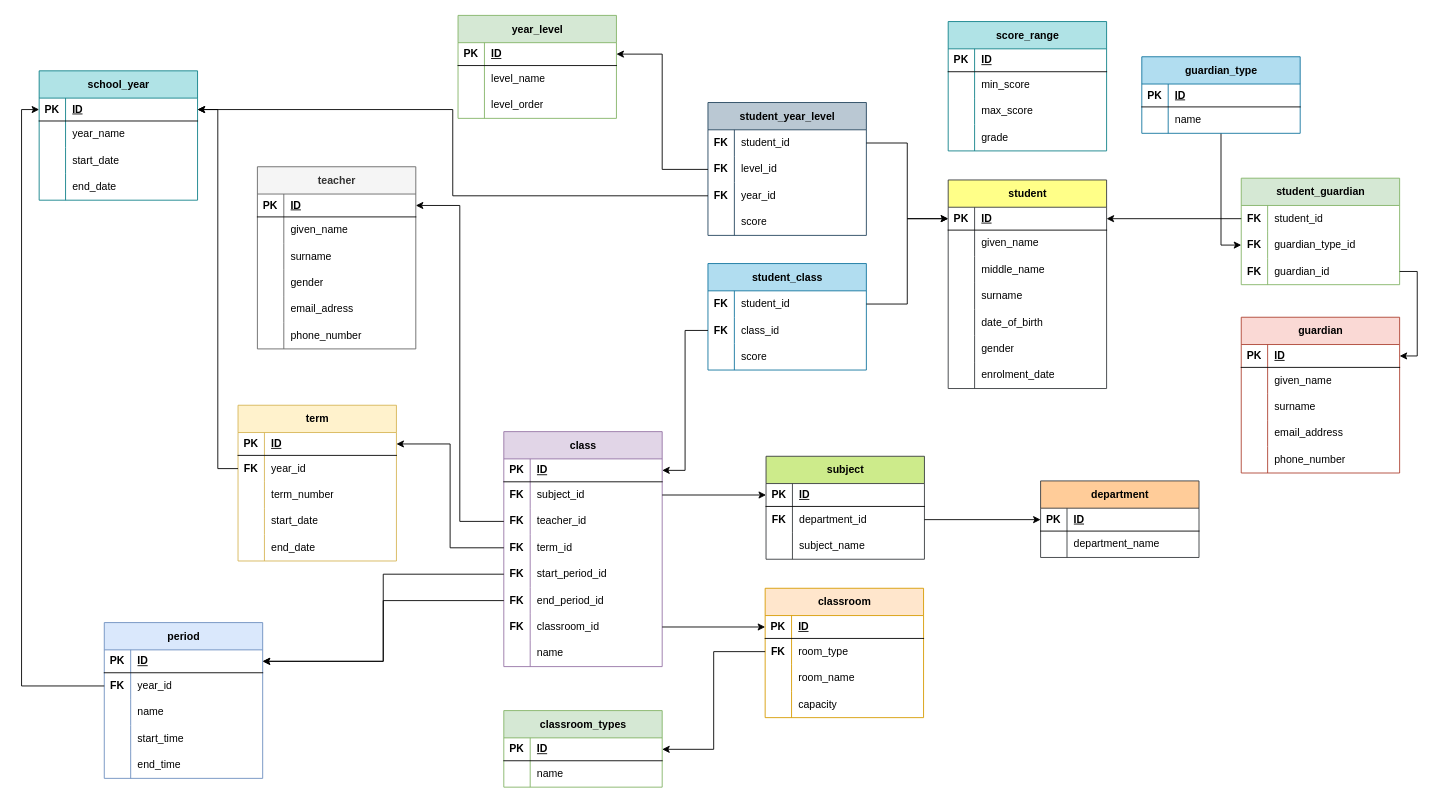
Above: page "Modelo de Dados Gestão Escolar" (3 of 4) of moz_school.drawio in ManuelCarreiras/moz_sch (draw.io), before the change. Source tidied: cells renumbered, new cells numbered last; positions are measured from the earlier drawing's top-left corner, leaving out a move shared by most shapes. Both pictures are drawn from the tidied source at 88%, with x=0, y=0 at pixel (39, 15).
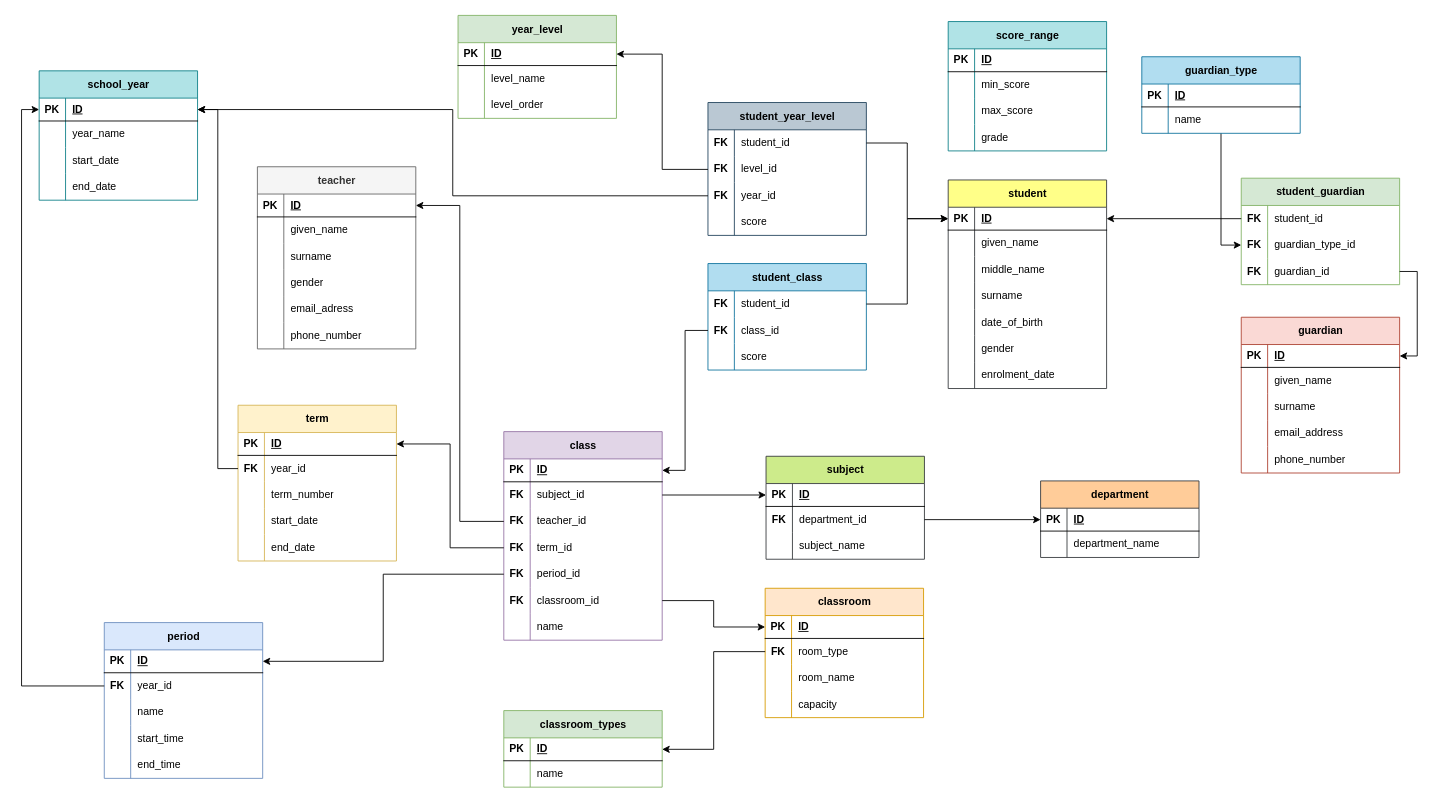
Above is the later version.

Unchanged cells that the change refers to:
```xml
<mxCell id="15" style="shape=tableRow;horizontal=0;startSize=0;swimlaneHead=0;swimlaneBody=0;fillColor=none;points=[[0,0.5],[1,0.5]];portConstraint=eastwest;top=0;left=0;right=0;bottom=0;" parent="2" vertex="1">
  <mxGeometry y="147" width="180" height="30" as="geometry" />
</mxCell>
<mxCell id="67" style="shape=tableRow;horizontal=0;startSize=0;swimlaneHead=0;swimlaneBody=0;fillColor=none;points=[[0,0.5],[1,0.5]];portConstraint=eastwest;top=0;left=0;right=0;bottom=1;" parent="66" vertex="1">
  <mxGeometry y="31" width="180" height="26" as="geometry" />
</mxCell>
```

Diff of the diagram source:
```diff
@@
     <mxCell id="2" value="class" style="shape=table;startSize=31;childLayout=tableLayout;rowLines=0;fontStyle=1;align=center;html=1;fillColor=#e1d5e7;strokeColor=#9673a6;" parent="1" vertex="1">
-      <mxGeometry x="528" y="473" width="180" height="267" as="geometry" />
+      <mxGeometry x="528" y="473" width="180" height="237" as="geometry" />
     </mxCell>
@@
-    <mxCell id="17" value="start_period_id" style="shape=partialRectangle;fillColor=none;top=0;left=0;bottom=0;right=0;align=left;spacingLeft=6;overflow=hidden;whiteSpace=wrap;html=1;" parent="15" vertex="1">
+    <mxCell id="17" value="period_id" style="shape=partialRectangle;fillColor=none;top=0;left=0;bottom=0;right=0;align=left;spacingLeft=6;overflow=hidden;whiteSpace=wrap;html=1;" parent="15" vertex="1">
       <mxGeometry x="30" width="150" height="30" as="geometry" />
     </mxCell>
-    <mxCell id="18" style="shape=tableRow;horizontal=0;startSize=0;swimlaneHead=0;swimlaneBody=0;fillColor=none;points=[[0,0.5],[1,0.5]];portConstraint=eastwest;top=0;left=0;right=0;bottom=0;" parent="2" vertex="1">
-      <mxGeometry y="177" width="180" height="30" as="geometry" />
-    </mxCell>
-    <mxCell id="19" value="&lt;b&gt;FK&lt;/b&gt;" style="shape=partialRectangle;fillColor=none;top=0;left=0;bottom=0;right=0;overflow=hidden;whiteSpace=wrap;html=1;" parent="18" vertex="1">
-      <mxGeometry width="30" height="30" as="geometry" />
-    </mxCell>
-    <mxCell id="20" value="end_period_id" style="shape=partialRectangle;fillColor=none;top=0;left=0;bottom=0;right=0;align=left;spacingLeft=6;overflow=hidden;whiteSpace=wrap;html=1;" parent="18" vertex="1">
-      <mxGeometry x="30" width="150" height="30" as="geometry" />
-    </mxCell>
     <mxCell id="21" style="shape=tableRow;horizontal=0;startSize=0;swimlaneHead=0;swimlaneBody=0;fillColor=none;points=[[0,0.5],[1,0.5]];portConstraint=eastwest;top=0;left=0;right=0;bottom=0;" parent="2" vertex="1">
-      <mxGeometry y="207" width="180" height="30" as="geometry" />
+      <mxGeometry y="177" width="180" height="30" as="geometry" />
     </mxCell>
@@
     <mxCell id="24" style="shape=tableRow;horizontal=0;startSize=0;swimlaneHead=0;swimlaneBody=0;fillColor=none;top=0;left=0;right=0;bottom=0;" parent="2" vertex="1">
-      <mxGeometry y="237" width="180" height="30" as="geometry" />
+      <mxGeometry y="207" width="180" height="30" as="geometry" />
     </mxCell>
@@
-    <mxCell id="83" style="edgeStyle=orthogonalEdgeStyle;rounded=0;jettySize=auto;html=1;entryX=1;entryY=0.5;entryDx=0;entryDy=0;" parent="1" edge="1" source="18" target="67">
+    <mxCell id="83" style="edgeStyle=orthogonalEdgeStyle;rounded=0;jettySize=auto;html=1;entryX=1;entryY=0.5;entryDx=0;entryDy=0;" parent="1" edge="1" target="67">
       <mxGeometry relative="1" as="geometry" />
     </mxCell>
```
